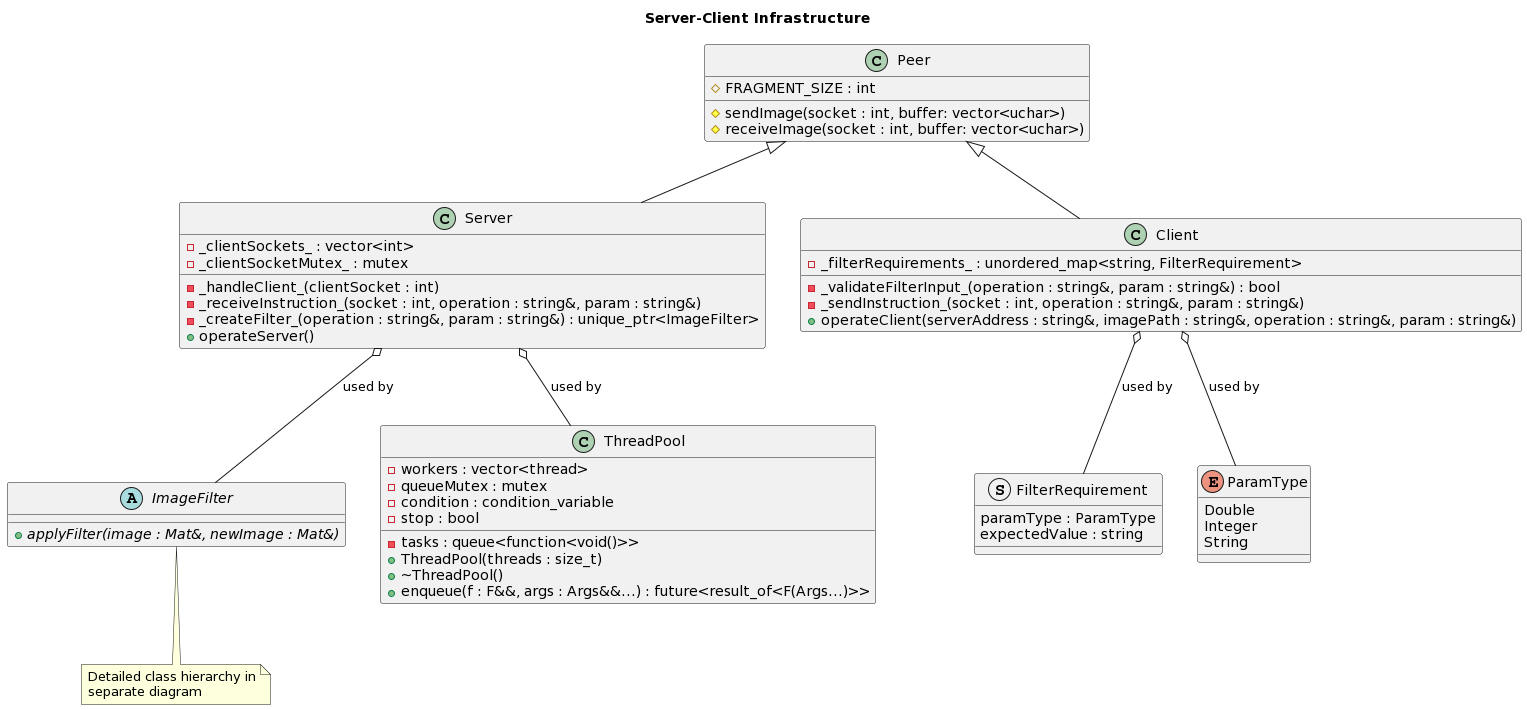
This is task/UML Diagrams/serverclientUML.png from Khthonian/DistributedProcessing, a PlantUML export, as it was before one commit.
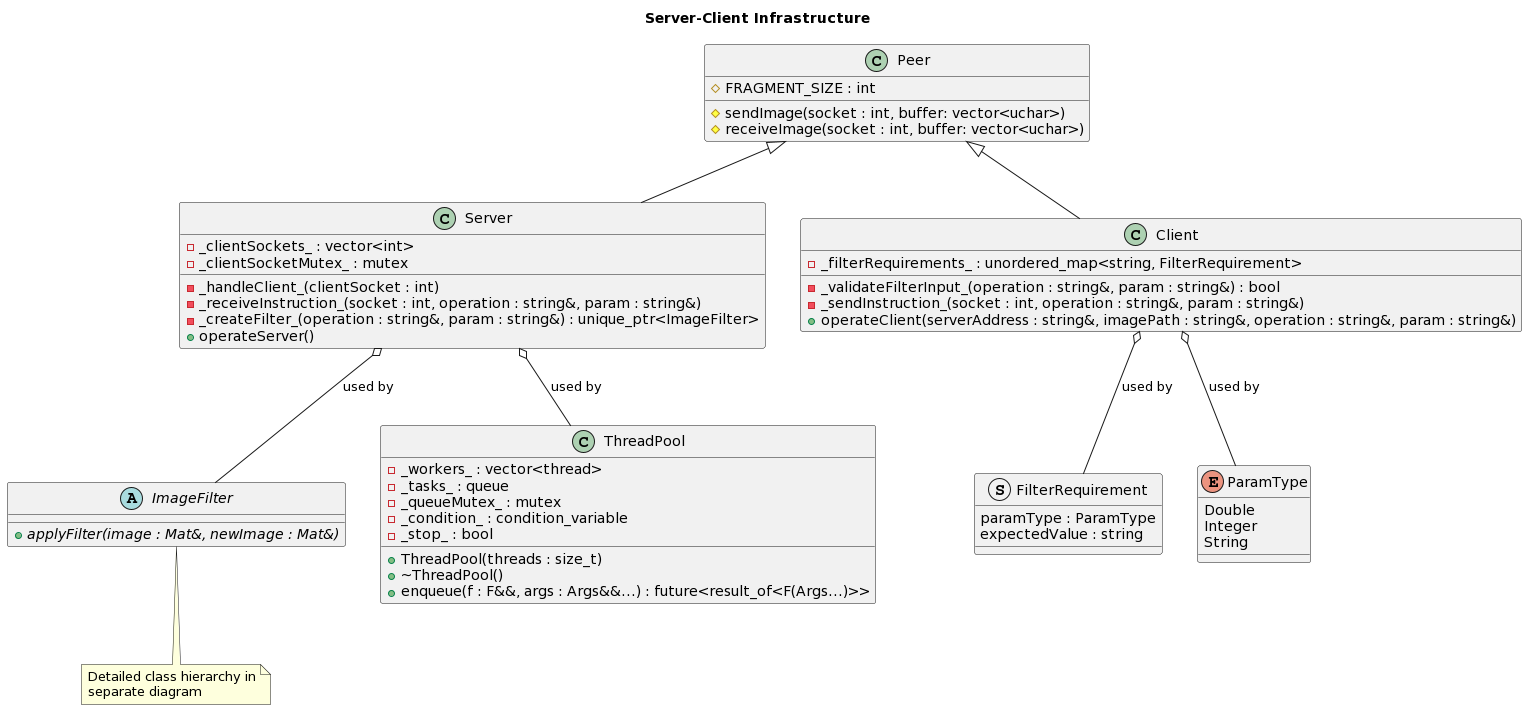
Later version of the same file.

Commit message:
feat(task): Update UML diagram

The UML diagram needed to be updated with the variable names, and the
task queue variable for the ThreadPool class was incorrectly entered.

The edit, as a diff of the source:
```diff
@@ -40,11 +40,11 @@
 note bottom of ImageFilter : Detailed class hierarchy in\nseparate diagram
 
 class ThreadPool {
-  -workers : vector<thread>
-  -tasks : queue<function<void()>>
-  -queueMutex : mutex
-  -condition : condition_variable
-  -stop : bool
+  -_workers_ : vector<thread>
+  -_tasks_ : queue
+  -_queueMutex_ : mutex
+  -_condition_ : condition_variable
+  -_stop_ : bool
   +ThreadPool(threads : size_t)
   +~ThreadPool()
   +enqueue(f : F&&, args : Args&&...) : future<result_of<F(Args...)>>
```
